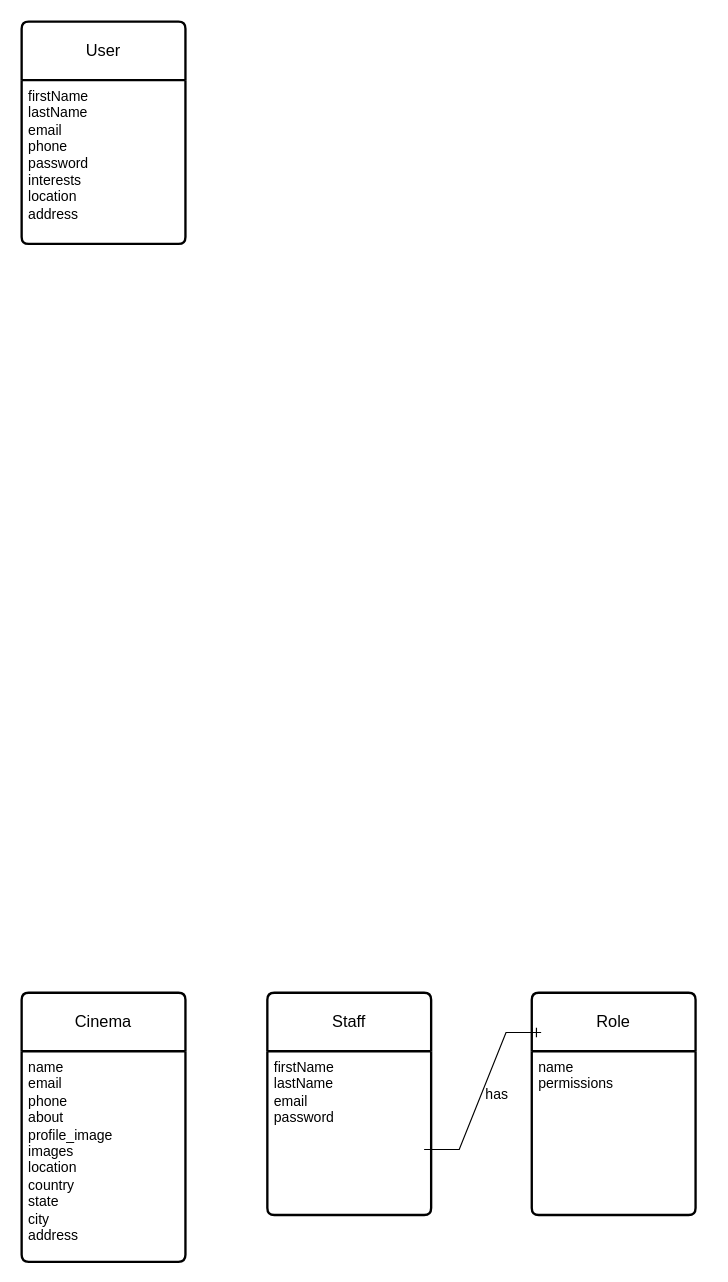
Earlier version of the draw.io diagram Flixsa.drawio (EugeneDevv/Flixsa-Backend). Source tidied: cells renumbered, new cells numbered last; positions are measured from the earlier drawing's top-left corner, leaving out a move shared by most shapes. Both pictures are drawn from the tidied source at 117%, with x=0, y=0 at pixel (21, 21).
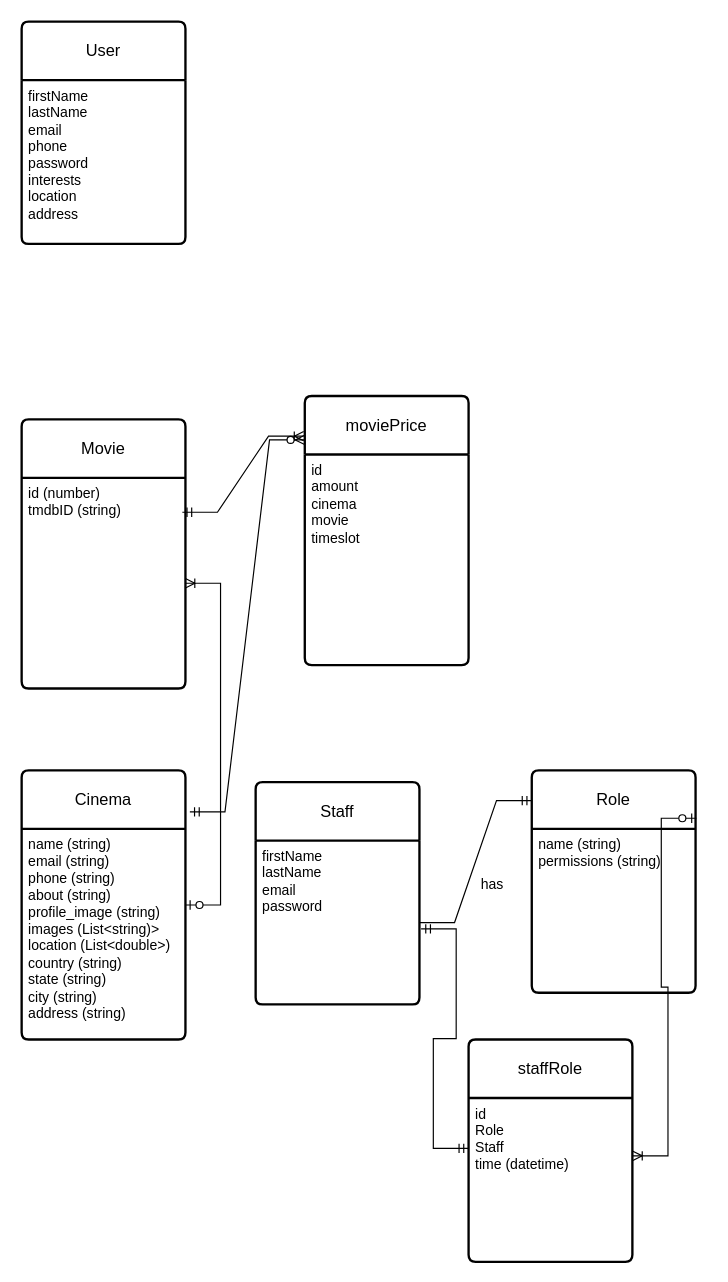
The same page after the edit.

The change refers to these unchanged cells:
```xml
<mxCell id="5" value="firstName&lt;br&gt;lastName&lt;br&gt;email&lt;br&gt;password" style="align=left;strokeColor=none;fillColor=none;spacingLeft=4;fontSize=12;verticalAlign=top;html=1;" parent="4" vertex="1">
  <mxGeometry y="50" width="140" height="140" as="geometry" />
</mxCell>
```

The edit, as a diff of the source:
```diff
@@
     <mxCell id="4" value="Staff" style="swimlane;horizontal=1;startSize=50;rounded=1;fontSize=14;fontStyle=0;strokeWidth=2;shadow=0;dashed=0;align=center;arcSize=4;whiteSpace=wrap;html=1;" parent="1" vertex="1">
-      <mxGeometry x="210" y="830" width="140" height="190" as="geometry" />
+      <mxGeometry x="200" y="650" width="140" height="190" as="geometry" />
     </mxCell>
@@
     <mxCell id="6" value="Cinema" style="swimlane;horizontal=1;startSize=50;rounded=1;fontSize=14;fontStyle=0;strokeWidth=2;shadow=0;dashed=0;align=center;arcSize=4;whiteSpace=wrap;html=1;" parent="1" vertex="1">
-      <mxGeometry y="830" width="140" height="230" as="geometry" />
+      <mxGeometry y="640" width="140" height="230" as="geometry" />
     </mxCell>
-    <mxCell id="7" value="name&lt;br&gt;email&lt;br&gt;phone&lt;br&gt;about&lt;br&gt;profile_image&lt;br&gt;images&lt;br&gt;location&lt;br&gt;country&lt;br&gt;state&lt;br&gt;city&lt;br&gt;address" style="align=left;strokeColor=none;fillColor=none;spacingLeft=4;fontSize=12;verticalAlign=top;html=1;" parent="6" vertex="1">
+    <mxCell id="7" value="name (string)&lt;br&gt;email (string)&lt;br&gt;phone (string)&lt;br&gt;about (string)&lt;br&gt;profile_image (string)&lt;br&gt;images (List&amp;lt;string)&amp;gt;&lt;br&gt;location (List&amp;lt;double&amp;gt;)&lt;br&gt;country (string)&lt;br&gt;state (string)&lt;br&gt;city (string)&lt;br&gt;address (string)" style="align=left;strokeColor=none;fillColor=none;spacingLeft=4;fontSize=12;verticalAlign=top;html=1;" parent="6" vertex="1">
       <mxGeometry y="50" width="140" height="180" as="geometry" />
     </mxCell>
     <mxCell id="8" value="Role" style="swimlane;horizontal=1;startSize=50;rounded=1;fontSize=14;fontStyle=0;strokeWidth=2;shadow=0;dashed=0;align=center;arcSize=4;whiteSpace=wrap;html=1;" parent="1" vertex="1">
-      <mxGeometry x="436" y="830" width="140" height="190" as="geometry" />
+      <mxGeometry x="436" y="640" width="140" height="190" as="geometry" />
     </mxCell>
-    <mxCell id="9" value="name&lt;br&gt;permissions" style="align=left;strokeColor=none;fillColor=none;spacingLeft=4;fontSize=12;verticalAlign=top;html=1;" parent="8" vertex="1">
+    <mxCell id="9" value="name (string)&lt;br&gt;permissions (string)" style="align=left;strokeColor=none;fillColor=none;spacingLeft=4;fontSize=12;verticalAlign=top;html=1;" parent="8" vertex="1">
       <mxGeometry y="50" width="140" height="140" as="geometry" />
     </mxCell>
@@
-    <mxCell id="11" style="edgeStyle=entityRelationEdgeStyle;fontSize=12;html=1;endArrow=ERmandOne;rounded=0;" parent="1" edge="1">
-      <mxGeometry relative="1" as="geometry">
-        <mxPoint x="344" y="964" as="sourcePoint" />
-        <mxPoint x="444" y="864" as="targetPoint" />
-      </mxGeometry>
+    <mxCell id="11" style="edgeStyle=entityRelationEdgeStyle;fontSize=12;html=1;endArrow=ERmandOne;rounded=0;entryX=-0.001;entryY=0.136;entryDx=0;entryDy=0;entryPerimeter=0;" parent="1" edge="1" source="5" target="8">
+      <mxGeometry relative="1" as="geometry" />
     </mxCell>
     <mxCell id="12" value="has" style="text;html=1;align=center;verticalAlign=middle;strokeColor=none;fillColor=none;" parent="1" vertex="1">
-      <mxGeometry x="386" y="902" width="40" height="30" as="geometry" />
+      <mxGeometry x="382" y="723" width="40" height="30" as="geometry" />
     </mxCell>
+    <mxCell id="13" value="staffRole" style="swimlane;horizontal=1;startSize=50;rounded=1;fontSize=14;fontStyle=0;strokeWidth=2;shadow=0;dashed=0;align=center;arcSize=4;whiteSpace=wrap;html=1;" parent="1" vertex="1">
+      <mxGeometry x="382" y="870" width="140" height="190" as="geometry" />
+    </mxCell>
+    <mxCell id="14" value="id&lt;br&gt;Role&lt;br&gt;Staff&lt;br&gt;time (datetime)" style="align=left;strokeColor=none;fillColor=none;spacingLeft=4;fontSize=12;verticalAlign=top;html=1;" parent="13" vertex="1">
+      <mxGeometry y="50" width="140" height="140" as="geometry" />
+    </mxCell>
+    <mxCell id="15" style="whiteSpace=wrap;html=1;fontSize=14;fontStyle=0;startSize=50;rounded=1;strokeWidth=2;shadow=0;dashed=0;arcSize=4;" parent="13" vertex="1">
+      <mxGeometry y="190" width="140" as="geometry" />
+    </mxCell>
+    <mxCell id="16" value="Movie" style="swimlane;horizontal=1;startSize=50;rounded=1;fontSize=14;fontStyle=0;strokeWidth=2;shadow=0;dashed=0;align=center;arcSize=4;whiteSpace=wrap;html=1;" parent="1" vertex="1">
+      <mxGeometry y="340" width="140" height="230" as="geometry" />
+    </mxCell>
+    <mxCell id="17" value="id (number)&lt;br&gt;tmdbID (string)" style="align=left;strokeColor=none;fillColor=none;spacingLeft=4;fontSize=12;verticalAlign=top;html=1;" parent="16" vertex="1">
+      <mxGeometry y="50" width="140" height="180" as="geometry" />
+    </mxCell>
+    <mxCell id="18" style="edgeStyle=entityRelationEdgeStyle;fontSize=12;html=1;endArrow=ERoneToMany;startArrow=ERzeroToOne;rounded=0;" parent="1" edge="1" source="6" target="17">
+      <mxGeometry relative="1" as="geometry" />
+    </mxCell>
+    <mxCell id="19" value="moviePrice" style="swimlane;horizontal=1;startSize=50;rounded=1;fontSize=14;fontStyle=0;strokeWidth=2;shadow=0;dashed=0;align=center;arcSize=4;whiteSpace=wrap;html=1;" parent="1" vertex="1">
+      <mxGeometry x="242" y="320" width="140" height="230" as="geometry" />
+    </mxCell>
+    <mxCell id="20" value="id&lt;br&gt;amount&lt;br&gt;cinema&lt;br&gt;movie&lt;br&gt;timeslot&lt;br&gt;" style="align=left;strokeColor=none;fillColor=none;spacingLeft=4;fontSize=12;verticalAlign=top;html=1;" parent="19" vertex="1">
+      <mxGeometry y="50" width="140" height="180" as="geometry" />
+    </mxCell>
+    <mxCell id="21" style="edgeStyle=entityRelationEdgeStyle;fontSize=12;html=1;endArrow=ERoneToMany;startArrow=ERmandOne;rounded=0;exitX=0.981;exitY=0.163;exitDx=0;exitDy=0;exitPerimeter=0;entryX=-0.007;entryY=0.149;entryDx=0;entryDy=0;entryPerimeter=0;" parent="1" edge="1" source="17" target="19">
+      <mxGeometry relative="1" as="geometry" />
+    </mxCell>
+    <mxCell id="22" style="edgeStyle=entityRelationEdgeStyle;fontSize=12;html=1;endArrow=ERzeroToMany;startArrow=ERmandOne;rounded=0;exitX=1.027;exitY=0.154;exitDx=0;exitDy=0;exitPerimeter=0;entryX=-0.001;entryY=0.163;entryDx=0;entryDy=0;entryPerimeter=0;" parent="1" edge="1" source="6" target="19">
+      <mxGeometry relative="1" as="geometry" />
+    </mxCell>
+    <mxCell id="23" style="edgeStyle=entityRelationEdgeStyle;fontSize=12;html=1;endArrow=ERmandOne;startArrow=ERmandOne;rounded=0;entryX=1.01;entryY=0.539;entryDx=0;entryDy=0;entryPerimeter=0;exitX=-0.001;exitY=0.307;exitDx=0;exitDy=0;exitPerimeter=0;" parent="1" edge="1" source="14" target="5">
+      <mxGeometry relative="1" as="geometry" />
+    </mxCell>
+    <mxCell id="24" style="edgeStyle=entityRelationEdgeStyle;fontSize=12;html=1;endArrow=ERoneToMany;startArrow=ERzeroToOne;rounded=0;exitX=1.005;exitY=0.215;exitDx=0;exitDy=0;exitPerimeter=0;entryX=1.003;entryY=0.353;entryDx=0;entryDy=0;entryPerimeter=0;" parent="1" edge="1" source="8" target="14">
+      <mxGeometry relative="1" as="geometry" />
+    </mxCell>
```
